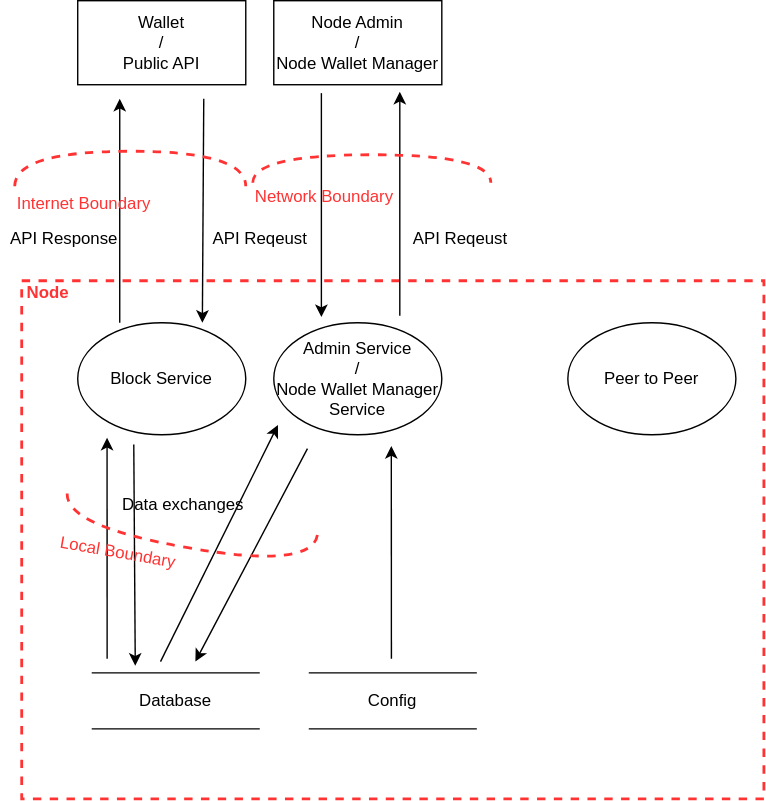
The draw.io diagram docs/threat.drawio.svg in pognetwork/champ, before a commit. Source tidied: cells renumbered, new cells last; positions are measured from the earlier drawing's top-left corner, leaving out a move shared by most shapes.
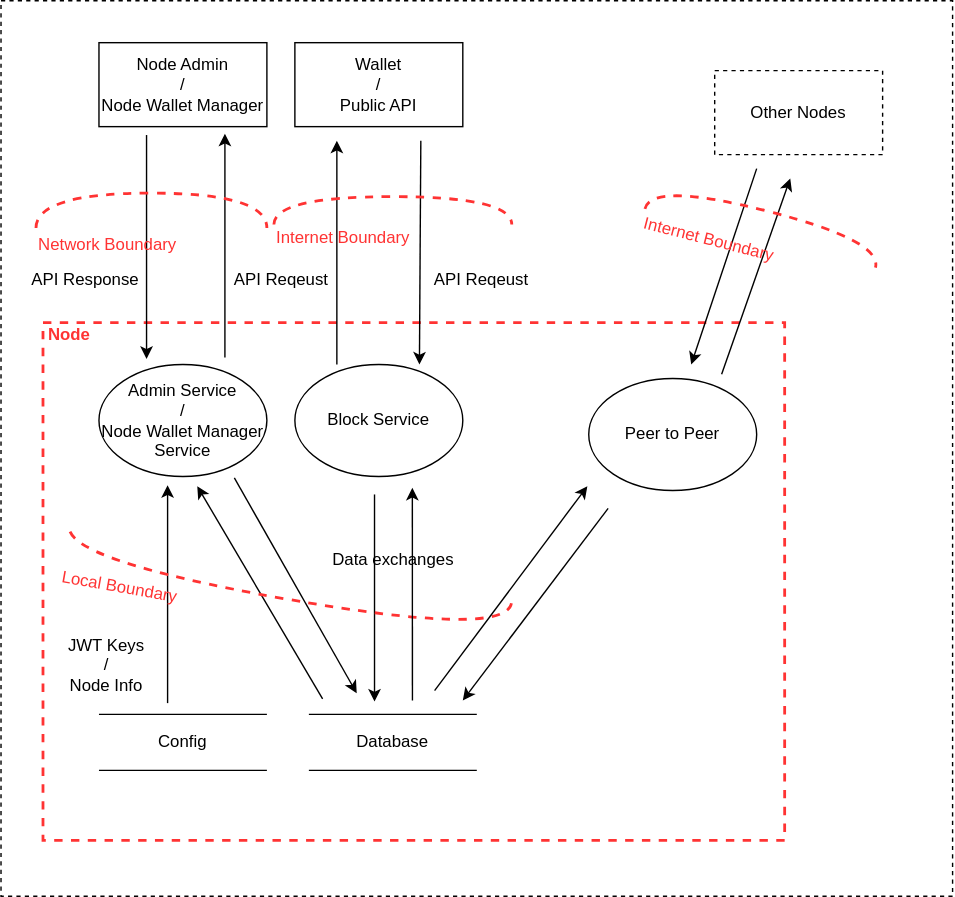
The same file after the commit.

Commit message:
finished threat model

Diff of the diagram source:
```diff
@@ -2,31 +2,34 @@
   <root>
     <mxCell id="0" />
     <mxCell id="1" parent="0" />
+    <mxCell id="26" style="rounded=0;whiteSpace=wrap;html=1;dashed=1;" parent="1" vertex="1">
+      <mxGeometry x="-15" y="-30" width="680" height="640" as="geometry" />
+    </mxCell>
     <mxCell id="2" value="Node" style="html=1;fontColor=#FF3333;fontStyle=1;align=left;verticalAlign=top;spacing=0;labelBorderColor=none;fillColor=none;dashed=1;strokeWidth=2;strokeColor=#FF3333;spacingLeft=4;spacingTop=-3;" parent="1" vertex="1">
       <mxGeometry x="15" y="200" width="530" height="370" as="geometry" />
     </mxCell>
     <mxCell id="3" value="Wallet&amp;nbsp;&lt;br&gt;/&lt;br&gt;Public API" style="rounded=0;whiteSpace=wrap;html=1;" parent="1" vertex="1">
-      <mxGeometry x="55" width="120" height="60" as="geometry" />
+      <mxGeometry x="195" width="120" height="60" as="geometry" />
     </mxCell>
     <mxCell id="4" value="Block Service" style="ellipse;whiteSpace=wrap;html=1;" parent="1" vertex="1">
-      <mxGeometry x="55" y="230" width="120" height="80" as="geometry" />
+      <mxGeometry x="195" y="230" width="120" height="80" as="geometry" />
     </mxCell>
     <mxCell id="5" value="Admin Service&lt;br&gt;/&lt;br&gt;Node Wallet Manager Service" style="ellipse;whiteSpace=wrap;html=1;" parent="1" vertex="1">
-      <mxGeometry x="195" y="230" width="120" height="80" as="geometry" />
+      <mxGeometry x="55" y="230" width="120" height="80" as="geometry" />
     </mxCell>
     <mxCell id="6" value="Node Admin&lt;br&gt;/&lt;br&gt;Node Wallet Manager" style="rounded=0;whiteSpace=wrap;html=1;" parent="1" vertex="1">
-      <mxGeometry x="195" width="120" height="60" as="geometry" />
+      <mxGeometry x="55" width="120" height="60" as="geometry" />
     </mxCell>
     <mxCell id="7" style="endArrow=classic;html=1;fontColor=#FF3333;" parent="1" edge="1">
       <mxGeometry relative="1" as="geometry">
-        <mxPoint x="85" y="230" as="sourcePoint" />
-        <mxPoint x="85" y="70" as="targetPoint" />
+        <mxPoint x="225" y="230" as="sourcePoint" />
+        <mxPoint x="225" y="70" as="targetPoint" />
       </mxGeometry>
     </mxCell>
     <mxCell id="8" style="endArrow=classic;html=1;fontColor=#FF3333;" parent="1" edge="1">
       <mxGeometry relative="1" as="geometry">
-        <mxPoint x="145" y="70" as="sourcePoint" />
-        <mxPoint x="144" y="230" as="targetPoint" />
+        <mxPoint x="285" y="70" as="sourcePoint" />
+        <mxPoint x="284" y="230" as="targetPoint" />
       </mxGeometry>
     </mxCell>
     <mxCell id="9" value="API Response" style="text;html=1;align=center;verticalAlign=middle;strokeColor=none;" parent="1" vertex="1">
@@ -37,50 +40,48 @@
     </mxCell>
     <mxCell id="11" style="endArrow=classic;html=1;fontColor=#FF3333;" parent="1" edge="1">
       <mxGeometry relative="1" as="geometry">
-        <mxPoint x="285" y="225" as="sourcePoint" />
-        <mxPoint x="285" y="65" as="targetPoint" />
+        <mxPoint x="145" y="225" as="sourcePoint" />
+        <mxPoint x="145" y="65" as="targetPoint" />
       </mxGeometry>
     </mxCell>
     <mxCell id="12" style="endArrow=classic;html=1;fontColor=#FF3333;entryX=0.243;entryY=0.107;entryDx=0;entryDy=0;entryPerimeter=0;" parent="1" edge="1">
       <mxGeometry relative="1" as="geometry">
-        <mxPoint x="229" y="66" as="sourcePoint" />
-        <mxPoint x="229" y="226" as="targetPoint" />
+        <mxPoint x="89" y="66" as="sourcePoint" />
+        <mxPoint x="89" y="226" as="targetPoint" />
       </mxGeometry>
     </mxCell>
     <mxCell id="13" value="API Reqeust&lt;br&gt;" style="text;html=1;align=center;verticalAlign=middle;strokeColor=none;" parent="1" vertex="1">
       <mxGeometry x="287.5" y="160" width="80" height="20" as="geometry" />
     </mxCell>
-    <mxCell id="14" value="Internet Boundary" style="shape=requiredInterface;html=1;verticalLabelPosition=bottom;dashed=1;strokeColor=#FF3333;strokeWidth=2;fillColor=none;fontColor=#FF3333;align=left;direction=north;" parent="1" vertex="1">
+    <mxCell id="14" value="Network Boundary" style="shape=requiredInterface;html=1;verticalLabelPosition=bottom;dashed=1;strokeColor=#FF3333;strokeWidth=2;fillColor=none;fontColor=#FF3333;align=left;direction=north;" parent="1" vertex="1">
       <mxGeometry x="10" y="107.5" width="165" height="25" as="geometry" />
     </mxCell>
-    <mxCell id="15" value="Network Boundary" style="shape=requiredInterface;html=1;verticalLabelPosition=bottom;dashed=1;strokeColor=#FF3333;strokeWidth=2;fillColor=none;fontColor=#FF3333;align=left;direction=north;" parent="1" vertex="1">
+    <mxCell id="15" value="Internet Boundary" style="shape=requiredInterface;html=1;verticalLabelPosition=bottom;dashed=1;strokeColor=#FF3333;strokeWidth=2;fillColor=none;fontColor=#FF3333;align=left;direction=north;" parent="1" vertex="1">
       <mxGeometry x="180" y="110" width="170" height="20" as="geometry" />
     </mxCell>
-    <mxCell id="16" style="endArrow=classic;html=1;fontColor=#FF3333;entryX=0.115;entryY=0.303;entryDx=0;entryDy=0;entryPerimeter=0;" parent="1" edge="1" target="2">
-      <mxGeometry relative="1" as="geometry">
-        <mxPoint x="76" y="470" as="sourcePoint" />
-      </mxGeometry>
+    <mxCell id="16" style="endArrow=classic;html=1;fontColor=#FF3333;entryX=0.168;entryY=0.314;entryDx=0;entryDy=0;entryPerimeter=0;exitX=0.168;exitY=0.735;exitDx=0;exitDy=0;exitPerimeter=0;" parent="1" edge="1" source="2" target="2">
+      <mxGeometry relative="1" as="geometry" />
     </mxCell>
     <mxCell id="17" value="Peer to Peer" style="ellipse;whiteSpace=wrap;html=1;" parent="1" vertex="1">
-      <mxGeometry x="405" y="230" width="120" height="80" as="geometry" />
+      <mxGeometry x="405" y="240" width="120" height="80" as="geometry" />
     </mxCell>
-    <mxCell id="18" style="endArrow=classic;html=1;fontColor=#FF3333;entryX=0.025;entryY=0.912;entryDx=0;entryDy=0;entryPerimeter=0;exitX=0.187;exitY=0.735;exitDx=0;exitDy=0;exitPerimeter=0;" parent="1" edge="1" source="2" target="5">
+    <mxCell id="18" style="endArrow=classic;html=1;fontColor=#FF3333;entryX=0.208;entryY=0.316;entryDx=0;entryDy=0;entryPerimeter=0;exitX=0.377;exitY=0.727;exitDx=0;exitDy=0;exitPerimeter=0;" parent="1" edge="1" source="2" target="2">
       <mxGeometry relative="1" as="geometry" />
     </mxCell>
-    <mxCell id="19" style="endArrow=classic;html=1;fontColor=#FF3333;entryX=0.153;entryY=0.743;entryDx=0;entryDy=0;entryPerimeter=0;exitX=0.151;exitY=0.316;exitDx=0;exitDy=0;exitPerimeter=0;" parent="1" edge="1" source="2" target="2">
+    <mxCell id="19" style="endArrow=classic;html=1;fontColor=#FF3333;entryX=0.447;entryY=0.732;entryDx=0;entryDy=0;entryPerimeter=0;exitX=0.447;exitY=0.332;exitDx=0;exitDy=0;exitPerimeter=0;" parent="1" edge="1" source="2" target="2">
       <mxGeometry relative="1" as="geometry" />
     </mxCell>
-    <mxCell id="20" style="endArrow=classic;html=1;fontColor=#FF3333;entryX=0.234;entryY=0.735;entryDx=0;entryDy=0;entryPerimeter=0;exitX=0.385;exitY=0.324;exitDx=0;exitDy=0;exitPerimeter=0;" parent="1" edge="1" source="2" target="2">
+    <mxCell id="20" style="endArrow=classic;html=1;fontColor=#FF3333;entryX=0.423;entryY=0.716;entryDx=0;entryDy=0;entryPerimeter=0;exitX=0.258;exitY=0.3;exitDx=0;exitDy=0;exitPerimeter=0;" parent="1" edge="1" source="2" target="2">
       <mxGeometry relative="1" as="geometry" />
     </mxCell>
     <mxCell id="21" value="Database" style="shape=partialRectangle;whiteSpace=wrap;html=1;left=0;right=0;fillColor=none;" parent="1" vertex="1">
-      <mxGeometry x="65" y="480" width="120" height="40" as="geometry" />
+      <mxGeometry x="205" y="480" width="120" height="40" as="geometry" />
     </mxCell>
     <mxCell id="22" value="Local Boundary" style="shape=requiredInterface;html=1;verticalLabelPosition=bottom;dashed=1;strokeColor=#FF3333;strokeWidth=2;fillColor=none;fontColor=#FF3333;align=left;direction=south;rotation=10;" parent="1" vertex="1">
-      <mxGeometry x="44.1" y="365.7" width="181.2" height="25" as="geometry" />
+      <mxGeometry x="29.1" y="372.5" width="320.9" height="25" as="geometry" />
     </mxCell>
     <mxCell id="23" value="Config" style="shape=partialRectangle;whiteSpace=wrap;html=1;left=0;right=0;fillColor=none;" parent="1" vertex="1">
-      <mxGeometry x="220" y="480" width="120" height="40" as="geometry" />
+      <mxGeometry x="55" y="480" width="120" height="40" as="geometry" />
     </mxCell>
     <mxCell id="24" style="endArrow=classic;html=1;fontColor=#FF3333;entryX=0.498;entryY=0.319;entryDx=0;entryDy=0;entryPerimeter=0;" parent="1" edge="1" target="2">
       <mxGeometry relative="1" as="geometry">
@@ -88,7 +89,32 @@
       </mxGeometry>
     </mxCell>
     <mxCell id="25" value="Data exchanges" style="text;html=1;align=center;verticalAlign=middle;strokeColor=none;" parent="1" vertex="1">
-      <mxGeometry x="80" y="350" width="100" height="20" as="geometry" />
+      <mxGeometry x="215" y="360" width="100" height="20" as="geometry" />
     </mxCell>
+    <mxCell id="27" value="JWT Keys&lt;br&gt;/&lt;br&gt;Node Info" style="text;html=1;align=center;verticalAlign=middle;strokeColor=none;" parent="1" vertex="1">
+      <mxGeometry x="25" y="420" width="70" height="50" as="geometry" />
+    </mxCell>
+    <mxCell id="28" style="endArrow=classic;html=1;fontColor=#FF3333;exitX=0.915;exitY=0.1;exitDx=0;exitDy=0;exitPerimeter=0;" parent="1" edge="1" source="2">
+      <mxGeometry relative="1" as="geometry">
+        <mxPoint x="549" y="97" as="targetPoint" />
+      </mxGeometry>
+    </mxCell>
+    <mxCell id="29" value="Other Nodes" style="rounded=0;whiteSpace=wrap;html=1;labelBorderColor=none;dashed=1;" parent="1" vertex="1">
+      <mxGeometry x="495" y="20" width="120" height="60" as="geometry" />
+    </mxCell>
+    <mxCell id="30" style="endArrow=classic;html=1;fontColor=#FF3333;entryX=0.874;entryY=0.081;entryDx=0;entryDy=0;entryPerimeter=0;" parent="1" edge="1" target="2">
+      <mxGeometry relative="1" as="geometry">
+        <mxPoint x="525" y="90" as="sourcePoint" />
+      </mxGeometry>
+    </mxCell>
+    <mxCell id="31" value="Internet Boundary" style="shape=requiredInterface;html=1;verticalLabelPosition=bottom;dashed=1;strokeColor=#FF3333;strokeWidth=2;fillColor=none;fontColor=#FF3333;align=left;direction=north;rotation=14.3;" parent="1" vertex="1">
+      <mxGeometry x="445" y="120" width="170" height="20" as="geometry" />
+    </mxCell>
+    <mxCell id="32" style="endArrow=classic;html=1;fontColor=#FF3333;exitX=0.528;exitY=0.711;exitDx=0;exitDy=0;exitPerimeter=0;entryX=0.734;entryY=0.316;entryDx=0;entryDy=0;entryPerimeter=0;" parent="1" edge="1" source="2" target="2">
+      <mxGeometry relative="1" as="geometry" />
+    </mxCell>
+    <mxCell id="33" style="endArrow=classic;html=1;fontColor=#FF3333;entryX=0.566;entryY=0.73;entryDx=0;entryDy=0;entryPerimeter=0;exitX=0.762;exitY=0.359;exitDx=0;exitDy=0;exitPerimeter=0;" parent="1" edge="1" source="2" target="2">
+      <mxGeometry relative="1" as="geometry" />
+    </mxCell>
   </root>
 </mxGraphModel>
```
